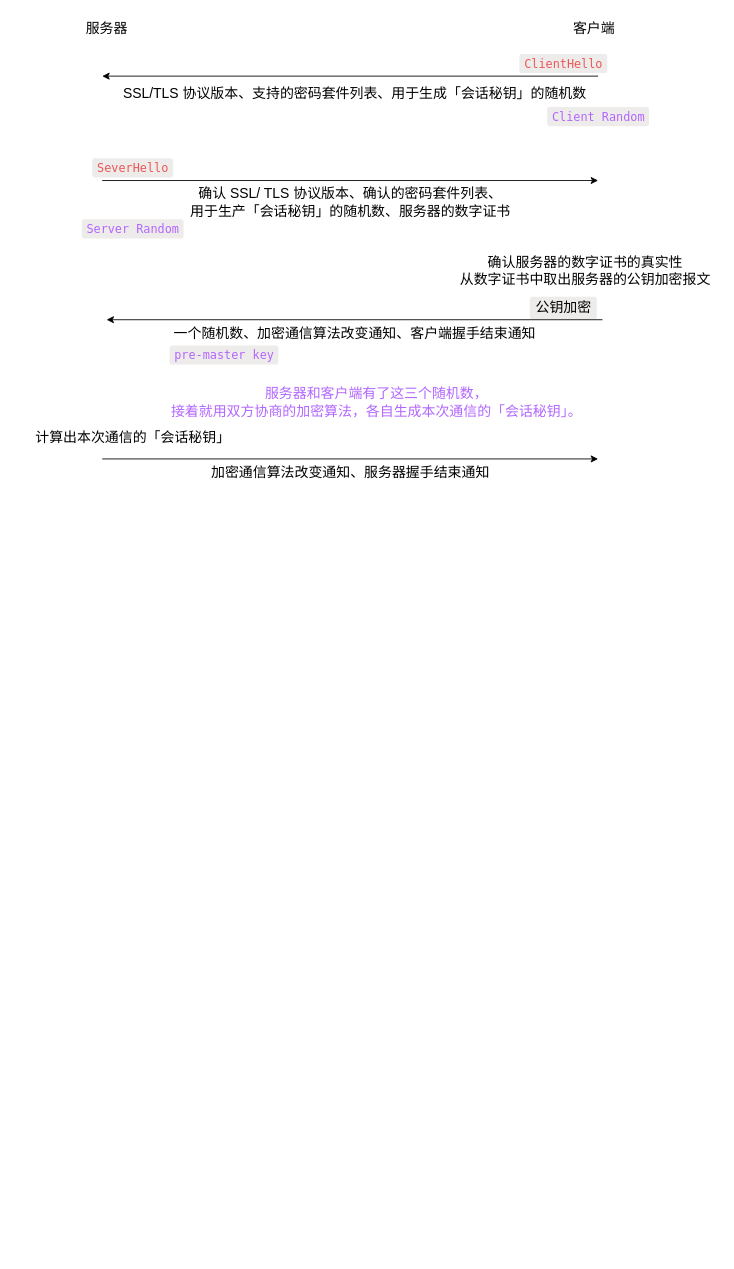
Angelophenia/MyFirst keeps this draw.io diagram as SSL/TSL握手.drawio. Above is the earlier version. Source tidied: cells renumbered, new cells numbered last; positions are measured from the earlier drawing's top-left corner, leaving out a move shared by most shapes. Both pictures are drawn from the tidied source at 87%, with x=0, y=0 at pixel (23, 15).
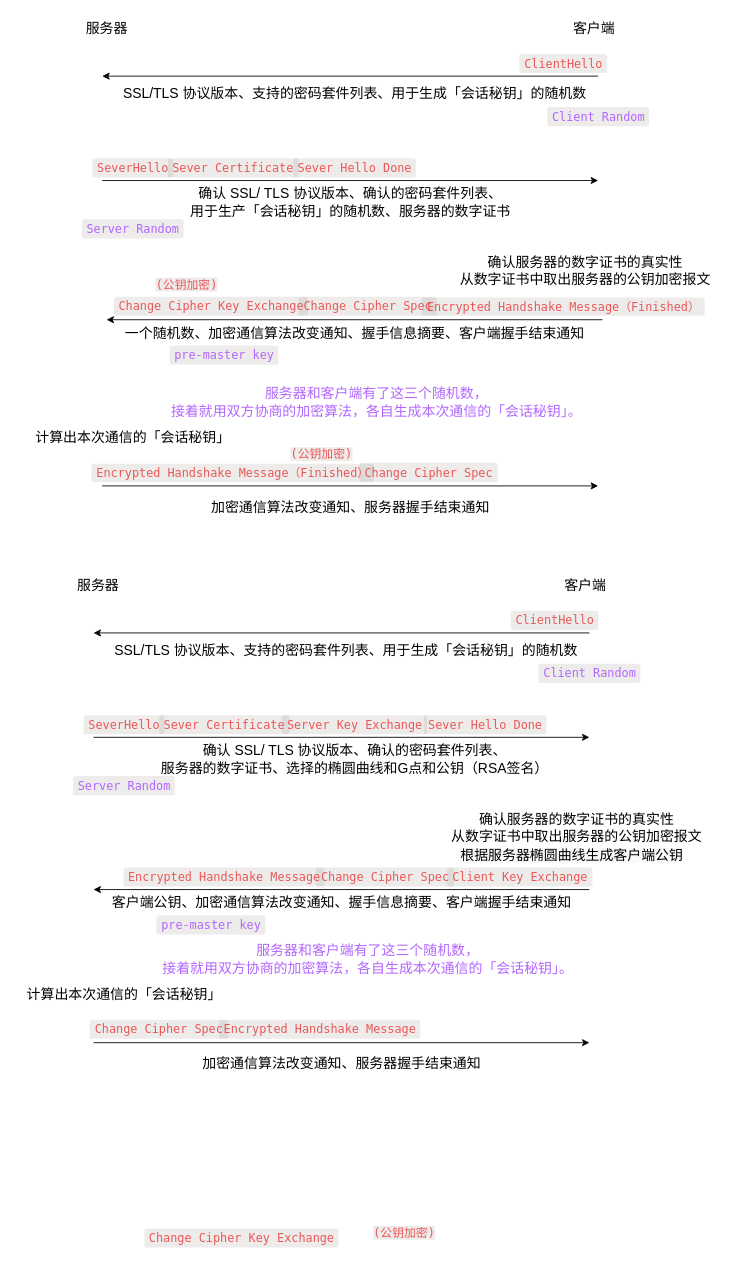
Above is the later version.

Change to the diagram source:
```diff
@@
-    <mxCell id="12" value="一个随机数、加密通信算法改变通知、客户端握手结束通知" style="text;html=1;align=center;verticalAlign=middle;strokeColor=none;fillColor=none;fontSize=16;" parent="1" vertex="1">
-      <mxGeometry x="160" y="350" width="440" height="30" as="geometry" />
+    <mxCell id="12" value="一个随机数、加密通信算法改变通知、握手信息摘要、客户端握手结束通知" style="text;html=1;align=center;verticalAlign=middle;strokeColor=none;fillColor=none;fontSize=16;" parent="1" vertex="1">
+      <mxGeometry x="105" y="350" width="550" height="30" as="geometry" />
     </mxCell>
@@
-    <mxCell id="17" value="&lt;span class=&quot;notion-enable-hover&quot; spellcheck=&quot;false&quot; style=&quot;font-family: SFMono-Regular, Menlo, Consolas, &amp;quot;PT Mono&amp;quot;, &amp;quot;Liberation Mono&amp;quot;, Courier, monospace; line-height: normal; background: rgba(135, 131, 120, 0.15); border-radius: 3px; padding: 0.2em 0.4em;&quot;&gt;&lt;font style=&quot;font-size: 16px;&quot;&gt;公钥加密&lt;/font&gt;&lt;/span&gt;" style="text;html=1;align=center;verticalAlign=middle;strokeColor=none;fillColor=none;fontSize=16;" parent="1" vertex="1">
-      <mxGeometry x="570" y="320" width="100" height="30" as="geometry" />
-    </mxCell>
     <mxCell id="18" style="endArrow=classic;html=1;rounded=0;fontSize=16;" parent="1" edge="1">
       <mxGeometry relative="1" as="geometry">
-        <mxPoint x="90" y="510" as="sourcePoint" />
-        <mxPoint x="660" y="510" as="targetPoint" />
+        <mxPoint x="90" y="541" as="sourcePoint" />
+        <mxPoint x="660" y="541" as="targetPoint" />
       </mxGeometry>
     </mxCell>
@@
     <mxCell id="20" value="加密通信算法改变通知、服务器握手结束通知" style="text;html=1;align=center;verticalAlign=middle;strokeColor=none;fillColor=none;fontSize=16;fontColor=#000000;" parent="1" vertex="1">
-      <mxGeometry x="205" y="510" width="340" height="30" as="geometry" />
+      <mxGeometry x="205" y="550" width="340" height="30" as="geometry" />
     </mxCell>
+    <mxCell id="21" value="&lt;span class=&quot;notion-enable-hover&quot; spellcheck=&quot;false&quot; style=&quot;font-family:&amp;quot;SFMono-Regular&amp;quot;, Menlo, Consolas, &amp;quot;PT Mono&amp;quot;, &amp;quot;Liberation Mono&amp;quot;, Courier, monospace;line-height:normal;background:rgba(135,131,120,0.15);color:#EB5757;border-radius:3px;font-size:85%;padding:0.2em 0.4em&quot;&gt;Sever Certificate&lt;/span&gt;" style="text;html=1;align=center;verticalAlign=middle;strokeColor=none;fillColor=none;fontSize=16;" parent="1" vertex="1">
+      <mxGeometry x="160" y="160" width="160" height="30" as="geometry" />
+    </mxCell>
+    <mxCell id="22" value="&lt;span class=&quot;notion-enable-hover&quot; spellcheck=&quot;false&quot; style=&quot;font-family:&amp;quot;SFMono-Regular&amp;quot;, Menlo, Consolas, &amp;quot;PT Mono&amp;quot;, &amp;quot;Liberation Mono&amp;quot;, Courier, monospace;line-height:normal;background:rgba(135,131,120,0.15);color:#EB5757;border-radius:3px;font-size:85%;padding:0.2em 0.4em&quot;&gt;Sever Hello Done&lt;/span&gt;" style="text;html=1;align=center;verticalAlign=middle;strokeColor=none;fillColor=none;fontSize=16;" parent="1" vertex="1">
+      <mxGeometry x="305" y="160" width="150" height="30" as="geometry" />
+    </mxCell>
+    <mxCell id="23" value="&lt;span class=&quot;notion-enable-hover&quot; spellcheck=&quot;false&quot; style=&quot;font-family:&amp;quot;SFMono-Regular&amp;quot;, Menlo, Consolas, &amp;quot;PT Mono&amp;quot;, &amp;quot;Liberation Mono&amp;quot;, Courier, monospace;line-height:normal;background:rgba(135,131,120,0.15);color:#EB5757;border-radius:3px;font-size:85%;padding:0.2em 0.4em&quot;&gt;Change Cipher Key Exchange&lt;/span&gt;" style="text;html=1;align=center;verticalAlign=middle;strokeColor=none;fillColor=none;fontSize=16;" parent="1" vertex="1">
+      <mxGeometry x="100" y="319" width="230" height="30" as="geometry" />
+    </mxCell>
+    <mxCell id="24" value="&lt;span class=&quot;notion-enable-hover&quot; spellcheck=&quot;false&quot; style=&quot;font-family:&amp;quot;SFMono-Regular&amp;quot;, Menlo, Consolas, &amp;quot;PT Mono&amp;quot;, &amp;quot;Liberation Mono&amp;quot;, Courier, monospace;line-height:normal;background:rgba(135,131,120,0.15);color:#EB5757;border-radius:3px;font-size:85%;padding:0.2em 0.4em&quot;&gt;Change Cipher Spec&lt;/span&gt;" style="text;html=1;align=center;verticalAlign=middle;strokeColor=none;fillColor=none;fontSize=16;" parent="1" vertex="1">
+      <mxGeometry x="310" y="319" width="170" height="30" as="geometry" />
+    </mxCell>
+    <mxCell id="25" value="&lt;span class=&quot;notion-enable-hover&quot; spellcheck=&quot;false&quot; style=&quot;font-family:&amp;quot;SFMono-Regular&amp;quot;, Menlo, Consolas, &amp;quot;PT Mono&amp;quot;, &amp;quot;Liberation Mono&amp;quot;, Courier, monospace;line-height:normal;background:rgba(135,131,120,0.15);color:#EB5757;border-radius:3px;font-size:85%;padding:0.2em 0.4em&quot;&gt;Encrypted Handshake Message（Finished）&lt;/span&gt;" style="text;html=1;align=center;verticalAlign=middle;strokeColor=none;fillColor=none;fontSize=16;" parent="1" vertex="1">
+      <mxGeometry x="460" y="319" width="320" height="30" as="geometry" />
+    </mxCell>
+    <mxCell id="26" value="&lt;span style=&quot;color: rgb(235, 87, 87); font-family: SFMono-Regular, Menlo, Consolas, &amp;quot;PT Mono&amp;quot;, &amp;quot;Liberation Mono&amp;quot;, Courier, monospace; font-size: 13.6px; font-style: normal; font-variant-ligatures: normal; font-variant-caps: normal; font-weight: 400; letter-spacing: normal; orphans: 2; text-align: center; text-indent: 0px; text-transform: none; widows: 2; word-spacing: 0px; -webkit-text-stroke-width: 0px; background-color: rgba(135, 131, 120, 0.15); text-decoration-thickness: initial; text-decoration-style: initial; text-decoration-color: initial; float: none; display: inline !important;&quot;&gt;(公钥加密)&lt;/span&gt;" style="text;whiteSpace=wrap;html=1;" parent="1" vertex="1">
+      <mxGeometry x="150" y="295" width="130" height="40" as="geometry" />
+    </mxCell>
+    <mxCell id="27" value="&lt;span class=&quot;notion-enable-hover&quot; spellcheck=&quot;false&quot; style=&quot;font-family:&amp;quot;SFMono-Regular&amp;quot;, Menlo, Consolas, &amp;quot;PT Mono&amp;quot;, &amp;quot;Liberation Mono&amp;quot;, Courier, monospace;line-height:normal;background:rgba(135,131,120,0.15);color:#EB5757;border-radius:3px;font-size:85%;padding:0.2em 0.4em&quot;&gt;Change Cipher Spec&lt;/span&gt;" style="text;html=1;align=center;verticalAlign=middle;strokeColor=none;fillColor=none;fontSize=16;" parent="1" vertex="1">
+      <mxGeometry x="380" y="510" width="170" height="30" as="geometry" />
+    </mxCell>
+    <mxCell id="28" value="&lt;span class=&quot;notion-enable-hover&quot; spellcheck=&quot;false&quot; style=&quot;font-family:&amp;quot;SFMono-Regular&amp;quot;, Menlo, Consolas, &amp;quot;PT Mono&amp;quot;, &amp;quot;Liberation Mono&amp;quot;, Courier, monospace;line-height:normal;background:rgba(135,131,120,0.15);color:#EB5757;border-radius:3px;font-size:85%;padding:0.2em 0.4em&quot;&gt;Encrypted Handshake Message（Finished）&lt;/span&gt;" style="text;html=1;align=center;verticalAlign=middle;strokeColor=none;fillColor=none;fontSize=16;" parent="1" vertex="1">
+      <mxGeometry x="80" y="510" width="320" height="30" as="geometry" />
+    </mxCell>
+    <mxCell id="29" value="&lt;span style=&quot;color: rgb(235, 87, 87); font-family: SFMono-Regular, Menlo, Consolas, &amp;quot;PT Mono&amp;quot;, &amp;quot;Liberation Mono&amp;quot;, Courier, monospace; font-size: 13.6px; font-style: normal; font-variant-ligatures: normal; font-variant-caps: normal; font-weight: 400; letter-spacing: normal; orphans: 2; text-align: center; text-indent: 0px; text-transform: none; widows: 2; word-spacing: 0px; -webkit-text-stroke-width: 0px; background-color: rgba(135, 131, 120, 0.15); text-decoration-thickness: initial; text-decoration-style: initial; text-decoration-color: initial; float: none; display: inline !important;&quot;&gt;(公钥加密)&lt;/span&gt;" style="text;whiteSpace=wrap;html=1;" parent="1" vertex="1">
+      <mxGeometry x="305" y="490" width="130" height="40" as="geometry" />
+    </mxCell>
+    <mxCell id="30" value="客户端" style="text;html=1;align=center;verticalAlign=middle;strokeColor=none;fillColor=none;fontSize=16;" parent="1" vertex="1">
+      <mxGeometry x="610" y="640" width="70" height="30" as="geometry" />
+    </mxCell>
+    <mxCell id="31" value="服务器" style="text;html=1;align=center;verticalAlign=middle;strokeColor=none;fillColor=none;fontSize=16;" parent="1" vertex="1">
+      <mxGeometry x="50" y="640" width="70" height="30" as="geometry" />
+    </mxCell>
+    <mxCell id="32" style="endArrow=classic;html=1;rounded=0;fontSize=16;" parent="1" edge="1">
+      <mxGeometry relative="1" as="geometry">
+        <mxPoint x="650" y="710" as="sourcePoint" />
+        <mxPoint x="80" y="710" as="targetPoint" />
+      </mxGeometry>
+    </mxCell>
+    <mxCell id="33" value="&lt;span class=&quot;notion-enable-hover&quot; spellcheck=&quot;false&quot; style=&quot;font-family:&amp;quot;SFMono-Regular&amp;quot;, Menlo, Consolas, &amp;quot;PT Mono&amp;quot;, &amp;quot;Liberation Mono&amp;quot;, Courier, monospace;line-height:normal;background:rgba(135,131,120,0.15);color:#EB5757;border-radius:3px;font-size:85%;padding:0.2em 0.4em&quot;&gt;ClientHello&lt;/span&gt;" style="text;html=1;align=center;verticalAlign=middle;strokeColor=none;fillColor=none;fontSize=16;" parent="1" vertex="1">
+      <mxGeometry x="550" y="680" width="120" height="30" as="geometry" />
+    </mxCell>
+    <mxCell id="34" value="SSL/TLS 协议版本、支持的密码套件列表、用于生成「会话秘钥」的随机数" style="text;html=1;align=center;verticalAlign=middle;strokeColor=none;fillColor=none;fontSize=16;" parent="1" vertex="1">
+      <mxGeometry x="90" y="715" width="560" height="30" as="geometry" />
+    </mxCell>
+    <mxCell id="35" value="&lt;span class=&quot;notion-enable-hover&quot; spellcheck=&quot;false&quot; style=&quot;font-family:&amp;quot;SFMono-Regular&amp;quot;, Menlo, Consolas, &amp;quot;PT Mono&amp;quot;, &amp;quot;Liberation Mono&amp;quot;, Courier, monospace;line-height:normal;background:rgba(135,131,120,0.15);color:#EB5757;border-radius:3px;font-size:85%;padding:0.2em 0.4em&quot;&gt;SeverHello&lt;/span&gt;" style="text;html=1;align=center;verticalAlign=middle;strokeColor=none;fillColor=none;fontSize=16;" parent="1" vertex="1">
+      <mxGeometry x="60" y="800" width="110" height="30" as="geometry" />
+    </mxCell>
+    <mxCell id="36" style="endArrow=classic;html=1;rounded=0;fontSize=16;" parent="1" edge="1">
+      <mxGeometry relative="1" as="geometry">
+        <mxPoint x="80" y="830" as="sourcePoint" />
+        <mxPoint x="650" y="830" as="targetPoint" />
+      </mxGeometry>
+    </mxCell>
+    <mxCell id="37" value="确认 SSL/ TLS 协议版本、确认的密码套件列表、&lt;br&gt;服务器的数字证书、选择的椭圆曲线和G点和公钥（RSA签名）" style="text;html=1;align=center;verticalAlign=middle;strokeColor=none;fillColor=none;fontSize=16;" parent="1" vertex="1">
+      <mxGeometry x="145" y="830" width="470" height="50" as="geometry" />
+    </mxCell>
+    <mxCell id="38" value="确认服务器的数字证书的真实性&lt;br&gt;&lt;span class=&quot;notion-enable-hover&quot; style=&quot;&quot;&gt;从数字证书中取出服务器的&lt;/span&gt;公钥加密报文" style="text;html=1;align=center;verticalAlign=middle;strokeColor=none;fillColor=none;fontSize=16;" parent="1" vertex="1">
+      <mxGeometry x="480" y="909" width="310" height="50" as="geometry" />
+    </mxCell>
+    <mxCell id="39" style="endArrow=classic;html=1;rounded=0;fontSize=16;" parent="1" edge="1">
+      <mxGeometry relative="1" as="geometry">
+        <mxPoint x="650" y="1005" as="sourcePoint" />
+        <mxPoint x="80" y="1005" as="targetPoint" />
+      </mxGeometry>
+    </mxCell>
+    <mxCell id="40" value="客户端公钥、加密通信算法改变通知、握手信息摘要、客户端握手结束通知" style="text;html=1;align=center;verticalAlign=middle;strokeColor=none;fillColor=none;fontSize=16;" parent="1" vertex="1">
+      <mxGeometry x="90" y="1005" width="550" height="30" as="geometry" />
+    </mxCell>
+    <mxCell id="41" value="&lt;span class=&quot;notion-enable-hover&quot; spellcheck=&quot;false&quot; style=&quot;font-family: SFMono-Regular, Menlo, Consolas, &amp;quot;PT Mono&amp;quot;, &amp;quot;Liberation Mono&amp;quot;, Courier, monospace; line-height: normal; background: rgba(135, 131, 120, 0.15); border-radius: 3px; font-size: 85%; padding: 0.2em 0.4em;&quot;&gt;&lt;font color=&quot;#b266ff&quot;&gt;Client Random&lt;/font&gt;&lt;/span&gt;" style="text;whiteSpace=wrap;html=1;fontSize=16;" parent="1" vertex="1">
+      <mxGeometry x="590" y="740" width="140" height="40" as="geometry" />
+    </mxCell>
+    <mxCell id="42" value="&lt;span class=&quot;notion-enable-hover&quot; spellcheck=&quot;false&quot; style=&quot;font-family: SFMono-Regular, Menlo, Consolas, &amp;quot;PT Mono&amp;quot;, &amp;quot;Liberation Mono&amp;quot;, Courier, monospace; line-height: normal; background: rgba(135, 131, 120, 0.15); border-radius: 3px; font-size: 85%; padding: 0.2em 0.4em;&quot;&gt;&lt;font color=&quot;#b266ff&quot;&gt;Server Random&lt;/font&gt;&lt;/span&gt;" style="text;html=1;align=center;verticalAlign=middle;strokeColor=none;fillColor=none;fontSize=16;" parent="1" vertex="1">
+      <mxGeometry x="50" y="870" width="130" height="30" as="geometry" />
+    </mxCell>
+    <mxCell id="43" value="&lt;span class=&quot;notion-enable-hover&quot; spellcheck=&quot;false&quot; style=&quot;font-family: SFMono-Regular, Menlo, Consolas, &amp;quot;PT Mono&amp;quot;, &amp;quot;Liberation Mono&amp;quot;, Courier, monospace; line-height: normal; background: rgba(135, 131, 120, 0.15); border-radius: 3px; font-size: 85%; padding: 0.2em 0.4em;&quot;&gt;pre-master key&lt;/span&gt;" style="text;html=1;align=center;verticalAlign=middle;strokeColor=none;fillColor=none;fontSize=16;fontColor=#B266FF;" parent="1" vertex="1">
+      <mxGeometry x="145" y="1030" width="140" height="30" as="geometry" />
+    </mxCell>
+    <mxCell id="44" value="&lt;span class=&quot;notion-enable-hover&quot; style=&quot;&quot;&gt;服务器和客户端有了这三个随机数，&lt;br&gt;接着就用双方协商的加密算法，各自生成本次通信的「会话秘钥」&lt;/span&gt;。" style="text;html=1;align=center;verticalAlign=middle;strokeColor=none;fillColor=none;fontSize=16;fontColor=#B266FF;" parent="1" vertex="1">
+      <mxGeometry x="145" y="1060" width="500" height="50" as="geometry" />
+    </mxCell>
+    <mxCell id="45" style="endArrow=classic;html=1;rounded=0;fontSize=16;" parent="1" edge="1">
+      <mxGeometry relative="1" as="geometry">
+        <mxPoint x="80" y="1181" as="sourcePoint" />
+        <mxPoint x="650" y="1181" as="targetPoint" />
+      </mxGeometry>
+    </mxCell>
+    <mxCell id="46" value="计算出本次通信的「会话秘钥」" style="text;html=1;align=center;verticalAlign=middle;strokeColor=none;fillColor=none;fontSize=16;fontColor=#000000;" parent="1" vertex="1">
+      <mxGeometry x="-10" y="1110" width="250" height="30" as="geometry" />
+    </mxCell>
+    <mxCell id="47" value="加密通信算法改变通知、服务器握手结束通知" style="text;html=1;align=center;verticalAlign=middle;strokeColor=none;fillColor=none;fontSize=16;fontColor=#000000;" parent="1" vertex="1">
+      <mxGeometry x="195" y="1190" width="340" height="30" as="geometry" />
+    </mxCell>
+    <mxCell id="48" value="&lt;span class=&quot;notion-enable-hover&quot; spellcheck=&quot;false&quot; style=&quot;font-family:&amp;quot;SFMono-Regular&amp;quot;, Menlo, Consolas, &amp;quot;PT Mono&amp;quot;, &amp;quot;Liberation Mono&amp;quot;, Courier, monospace;line-height:normal;background:rgba(135,131,120,0.15);color:#EB5757;border-radius:3px;font-size:85%;padding:0.2em 0.4em&quot;&gt;Sever Certificate&lt;/span&gt;" style="text;html=1;align=center;verticalAlign=middle;strokeColor=none;fillColor=none;fontSize=16;" parent="1" vertex="1">
+      <mxGeometry x="150" y="800" width="160" height="30" as="geometry" />
+    </mxCell>
+    <mxCell id="49" value="&lt;span class=&quot;notion-enable-hover&quot; spellcheck=&quot;false&quot; style=&quot;font-family:&amp;quot;SFMono-Regular&amp;quot;, Menlo, Consolas, &amp;quot;PT Mono&amp;quot;, &amp;quot;Liberation Mono&amp;quot;, Courier, monospace;line-height:normal;background:rgba(135,131,120,0.15);color:#EB5757;border-radius:3px;font-size:85%;padding:0.2em 0.4em&quot;&gt;Sever Hello Done&lt;/span&gt;" style="text;html=1;align=center;verticalAlign=middle;strokeColor=none;fillColor=none;fontSize=16;" parent="1" vertex="1">
+      <mxGeometry x="455" y="800" width="150" height="30" as="geometry" />
+    </mxCell>
+    <mxCell id="50" value="&lt;span class=&quot;notion-enable-hover&quot; spellcheck=&quot;false&quot; style=&quot;font-family:&amp;quot;SFMono-Regular&amp;quot;, Menlo, Consolas, &amp;quot;PT Mono&amp;quot;, &amp;quot;Liberation Mono&amp;quot;, Courier, monospace;line-height:normal;background:rgba(135,131,120,0.15);color:#EB5757;border-radius:3px;font-size:85%;padding:0.2em 0.4em&quot;&gt;Change Cipher Key Exchange&lt;/span&gt;" style="text;html=1;align=center;verticalAlign=middle;strokeColor=none;fillColor=none;fontSize=16;" parent="1" vertex="1">
+      <mxGeometry x="135" y="1390" width="230" height="30" as="geometry" />
+    </mxCell>
+    <mxCell id="51" value="&lt;span class=&quot;notion-enable-hover&quot; spellcheck=&quot;false&quot; style=&quot;font-family:&amp;quot;SFMono-Regular&amp;quot;, Menlo, Consolas, &amp;quot;PT Mono&amp;quot;, &amp;quot;Liberation Mono&amp;quot;, Courier, monospace;line-height:normal;background:rgba(135,131,120,0.15);color:#EB5757;border-radius:3px;font-size:85%;padding:0.2em 0.4em&quot;&gt;Change Cipher Spec&lt;/span&gt;" style="text;html=1;align=center;verticalAlign=middle;strokeColor=none;fillColor=none;fontSize=16;" parent="1" vertex="1">
+      <mxGeometry x="330" y="975" width="170" height="30" as="geometry" />
+    </mxCell>
+    <mxCell id="52" value="&lt;span class=&quot;notion-enable-hover&quot; spellcheck=&quot;false&quot; style=&quot;font-family:&amp;quot;SFMono-Regular&amp;quot;, Menlo, Consolas, &amp;quot;PT Mono&amp;quot;, &amp;quot;Liberation Mono&amp;quot;, Courier, monospace;line-height:normal;background:rgba(135,131,120,0.15);color:#EB5757;border-radius:3px;font-size:85%;padding:0.2em 0.4em&quot;&gt;Encrypted Handshake Message&lt;/span&gt;" style="text;html=1;align=center;verticalAlign=middle;strokeColor=none;fillColor=none;fontSize=16;" parent="1" vertex="1">
+      <mxGeometry x="110" y="975" width="240" height="30" as="geometry" />
+    </mxCell>
+    <mxCell id="53" value="&lt;span style=&quot;color: rgb(235, 87, 87); font-family: SFMono-Regular, Menlo, Consolas, &amp;quot;PT Mono&amp;quot;, &amp;quot;Liberation Mono&amp;quot;, Courier, monospace; font-size: 13.6px; font-style: normal; font-variant-ligatures: normal; font-variant-caps: normal; font-weight: 400; letter-spacing: normal; orphans: 2; text-align: center; text-indent: 0px; text-transform: none; widows: 2; word-spacing: 0px; -webkit-text-stroke-width: 0px; background-color: rgba(135, 131, 120, 0.15); text-decoration-thickness: initial; text-decoration-style: initial; text-decoration-color: initial; float: none; display: inline !important;&quot;&gt;(公钥加密)&lt;/span&gt;" style="text;whiteSpace=wrap;html=1;" parent="1" vertex="1">
+      <mxGeometry x="400" y="1385" width="130" height="40" as="geometry" />
+    </mxCell>
+    <mxCell id="54" value="&lt;span class=&quot;notion-enable-hover&quot; spellcheck=&quot;false&quot; style=&quot;font-family:&amp;quot;SFMono-Regular&amp;quot;, Menlo, Consolas, &amp;quot;PT Mono&amp;quot;, &amp;quot;Liberation Mono&amp;quot;, Courier, monospace;line-height:normal;background:rgba(135,131,120,0.15);color:#EB5757;border-radius:3px;font-size:85%;padding:0.2em 0.4em&quot;&gt;Change Cipher Spec&lt;/span&gt;" style="text;html=1;align=center;verticalAlign=middle;strokeColor=none;fillColor=none;fontSize=16;" parent="1" vertex="1">
+      <mxGeometry x="70" y="1150" width="170" height="30" as="geometry" />
+    </mxCell>
+    <mxCell id="55" value="&lt;span class=&quot;notion-enable-hover&quot; spellcheck=&quot;false&quot; style=&quot;font-family:&amp;quot;SFMono-Regular&amp;quot;, Menlo, Consolas, &amp;quot;PT Mono&amp;quot;, &amp;quot;Liberation Mono&amp;quot;, Courier, monospace;line-height:normal;background:rgba(135,131,120,0.15);color:#EB5757;border-radius:3px;font-size:85%;padding:0.2em 0.4em&quot;&gt;Encrypted Handshake Message&lt;/span&gt;" style="text;html=1;align=center;verticalAlign=middle;strokeColor=none;fillColor=none;fontSize=16;" parent="1" vertex="1">
+      <mxGeometry x="220" y="1150" width="240" height="30" as="geometry" />
+    </mxCell>
+    <mxCell id="56" value="&lt;span class=&quot;notion-enable-hover&quot; spellcheck=&quot;false&quot; style=&quot;font-family:&amp;quot;SFMono-Regular&amp;quot;, Menlo, Consolas, &amp;quot;PT Mono&amp;quot;, &amp;quot;Liberation Mono&amp;quot;, Courier, monospace;line-height:normal;background:rgba(135,131,120,0.15);color:#EB5757;border-radius:3px;font-size:85%;padding:0.2em 0.4em&quot;&gt;Server Key Exchange&lt;/span&gt;" style="text;html=1;align=center;verticalAlign=middle;strokeColor=none;fillColor=none;fontSize=16;" parent="1" vertex="1">
+      <mxGeometry x="290" y="800" width="180" height="30" as="geometry" />
+    </mxCell>
+    <mxCell id="57" value="&lt;span style=&quot;color: rgb(0, 0, 0); font-family: Helvetica; font-size: 16px; font-style: normal; font-variant-ligatures: normal; font-variant-caps: normal; font-weight: 400; letter-spacing: normal; orphans: 2; text-align: center; text-indent: 0px; text-transform: none; widows: 2; word-spacing: 0px; -webkit-text-stroke-width: 0px; background-color: rgb(248, 249, 250); text-decoration-thickness: initial; text-decoration-style: initial; text-decoration-color: initial; float: none; display: inline !important;&quot;&gt;根据服务器椭圆曲线生成客户端公钥&lt;/span&gt;" style="text;whiteSpace=wrap;html=1;" parent="1" vertex="1">
+      <mxGeometry x="500" y="950" width="290" height="40" as="geometry" />
+    </mxCell>
+    <mxCell id="58" value="&lt;span class=&quot;notion-enable-hover&quot; spellcheck=&quot;false&quot; style=&quot;font-family:&amp;quot;SFMono-Regular&amp;quot;, Menlo, Consolas, &amp;quot;PT Mono&amp;quot;, &amp;quot;Liberation Mono&amp;quot;, Courier, monospace;line-height:normal;background:rgba(135,131,120,0.15);color:#EB5757;border-radius:3px;font-size:85%;padding:0.2em 0.4em&quot;&gt;Client Key Exchange&lt;/span&gt;" style="text;html=1;align=center;verticalAlign=middle;strokeColor=none;fillColor=none;fontSize=16;" parent="1" vertex="1">
+      <mxGeometry x="480" y="975" width="180" height="30" as="geometry" />
+    </mxCell>
```
